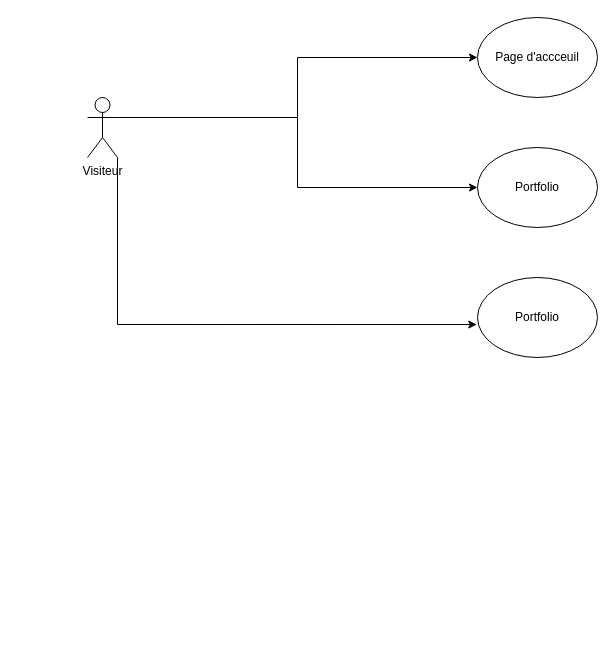
DuTimDu/AppWeb keeps this draw.io diagram as usecase.drawio. Above is the earlier version. Source tidied: cells renumbered, new cells numbered last; positions are measured from the earlier drawing's top-left corner, leaving out a move shared by most shapes. Both pictures are drawn from the tidied source at 100%, with x=0, y=0 at pixel (87, 17).
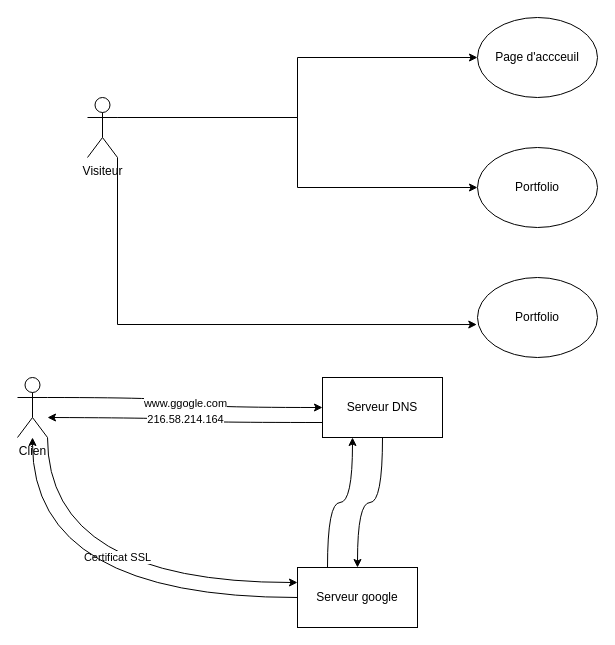
After the change.

Change to the diagram source:
```diff
@@
 <mxGraphModel>
   <root>
     <mxCell id="0" />
     <mxCell id="1" parent="0" />
     <mxCell id="2" style="edgeStyle=orthogonalEdgeStyle;rounded=0;jettySize=auto;html=1;exitX=1;exitY=0.3333333333333333;exitDx=0;exitDy=0;exitPerimeter=0;entryX=0;entryY=0.5;entryDx=0;entryDy=0;" parent="1" edge="1" source="4" target="5">
       <mxGeometry relative="1" as="geometry" />
     </mxCell>
     <mxCell id="3" style="edgeStyle=orthogonalEdgeStyle;rounded=0;jettySize=auto;html=1;exitX=1;exitY=0.3333333333333333;exitDx=0;exitDy=0;exitPerimeter=0;" parent="1" edge="1" source="4" target="6">
       <mxGeometry relative="1" as="geometry" />
     </mxCell>
     <mxCell id="4" value="Visiteur" style="shape=umlActor;verticalLabelPosition=bottom;verticalAlign=top;html=1;outlineConnect=0;" parent="1" vertex="1">
       <mxGeometry y="80" width="30" height="60" as="geometry" />
     </mxCell>
     <mxCell id="5" value="Page d'accceuil" style="ellipse;whiteSpace=wrap;html=1;" parent="1" vertex="1">
       <mxGeometry x="390" width="120" height="80" as="geometry" />
     </mxCell>
     <mxCell id="6" value="Portfolio" style="ellipse;whiteSpace=wrap;html=1;" parent="1" vertex="1">
       <mxGeometry x="390" y="130" width="120" height="80" as="geometry" />
     </mxCell>
     <mxCell id="7" value="Portfolio" style="ellipse;whiteSpace=wrap;html=1;" parent="1" vertex="1">
       <mxGeometry x="390" y="260" width="120" height="80" as="geometry" />
     </mxCell>
     <mxCell id="8" style="edgeStyle=orthogonalEdgeStyle;rounded=0;jettySize=auto;html=1;exitX=1;exitY=1;exitDx=0;exitDy=0;exitPerimeter=0;entryX=-0.006;entryY=0.588;entryDx=0;entryDy=0;entryPerimeter=0;" parent="1" edge="1" source="4" target="7">
       <mxGeometry relative="1" as="geometry" />
     </mxCell>
+    <mxCell id="9" value="www.ggogle.com" style="edgeStyle=orthogonalEdgeStyle;rounded=0;jettySize=auto;html=1;exitX=1;exitY=0.3333333333333333;exitDx=0;exitDy=0;exitPerimeter=0;entryX=0;entryY=0.5;entryDx=0;entryDy=0;curved=1;" parent="1" edge="1" source="11" target="14">
+      <mxGeometry relative="1" as="geometry" />
+    </mxCell>
+    <mxCell id="10" value="Certificat SSL" style="edgeStyle=orthogonalEdgeStyle;rounded=0;jettySize=auto;html=1;exitX=1;exitY=1;exitDx=0;exitDy=0;exitPerimeter=0;entryX=0;entryY=0.25;entryDx=0;entryDy=0;curved=1;" parent="1" edge="1" source="11" target="17">
+      <mxGeometry x="0.09" y="25" relative="1" as="geometry" />
+    </mxCell>
+    <mxCell id="11" value="Clien" style="shape=umlActor;verticalLabelPosition=bottom;verticalAlign=top;html=1;outlineConnect=0;" parent="1" vertex="1">
+      <mxGeometry x="-70" y="360" width="30" height="60" as="geometry" />
+    </mxCell>
+    <mxCell id="12" value="216.58.214.164" style="edgeStyle=orthogonalEdgeStyle;rounded=0;jettySize=auto;html=1;exitX=0;exitY=0.75;exitDx=0;exitDy=0;curved=1;" parent="1" edge="1" source="14">
+      <mxGeometry relative="1" as="geometry">
+        <mxPoint x="-40" y="400" as="targetPoint" />
+      </mxGeometry>
+    </mxCell>
+    <mxCell id="13" style="edgeStyle=orthogonalEdgeStyle;rounded=0;jettySize=auto;html=1;exitX=0.5;exitY=1;exitDx=0;exitDy=0;curved=1;" parent="1" edge="1" source="14" target="17">
+      <mxGeometry relative="1" as="geometry" />
+    </mxCell>
+    <mxCell id="14" value="Serveur DNS" style="rounded=0;whiteSpace=wrap;html=1;" parent="1" vertex="1">
+      <mxGeometry x="235" y="360" width="120" height="60" as="geometry" />
+    </mxCell>
+    <mxCell id="15" style="edgeStyle=orthogonalEdgeStyle;rounded=0;jettySize=auto;html=1;exitX=0.25;exitY=0;exitDx=0;exitDy=0;entryX=0.25;entryY=1;entryDx=0;entryDy=0;curved=1;" parent="1" edge="1" source="17" target="14">
+      <mxGeometry relative="1" as="geometry" />
+    </mxCell>
+    <mxCell id="16" style="edgeStyle=orthogonalEdgeStyle;rounded=0;jettySize=auto;html=1;exitX=0;exitY=0.5;exitDx=0;exitDy=0;curved=1;" parent="1" edge="1" source="17" target="11">
+      <mxGeometry relative="1" as="geometry" />
+    </mxCell>
+    <mxCell id="17" value="Serveur google" style="rounded=0;whiteSpace=wrap;html=1;" parent="1" vertex="1">
+      <mxGeometry x="210" y="550" width="120" height="60" as="geometry" />
+    </mxCell>
   </root>
 </mxGraphModel>
```
